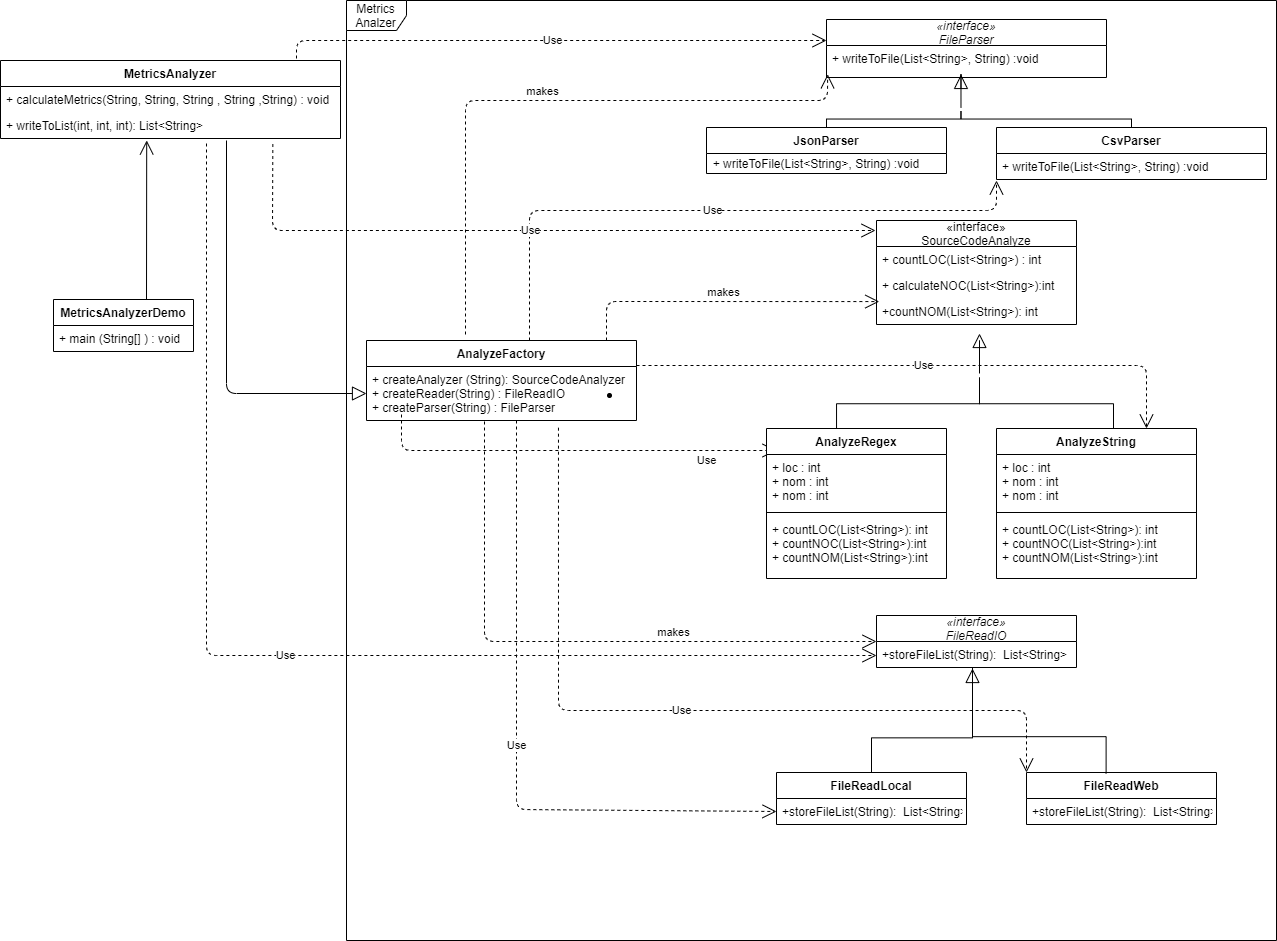
The draw.io diagram analyzermetrics/classdiagram.png in iasonasma/seipassignment, before a commit. Source tidied: cells renumbered, new cells last; positions are measured from the earlier drawing's top-left corner, leaving out a move shared by most shapes.
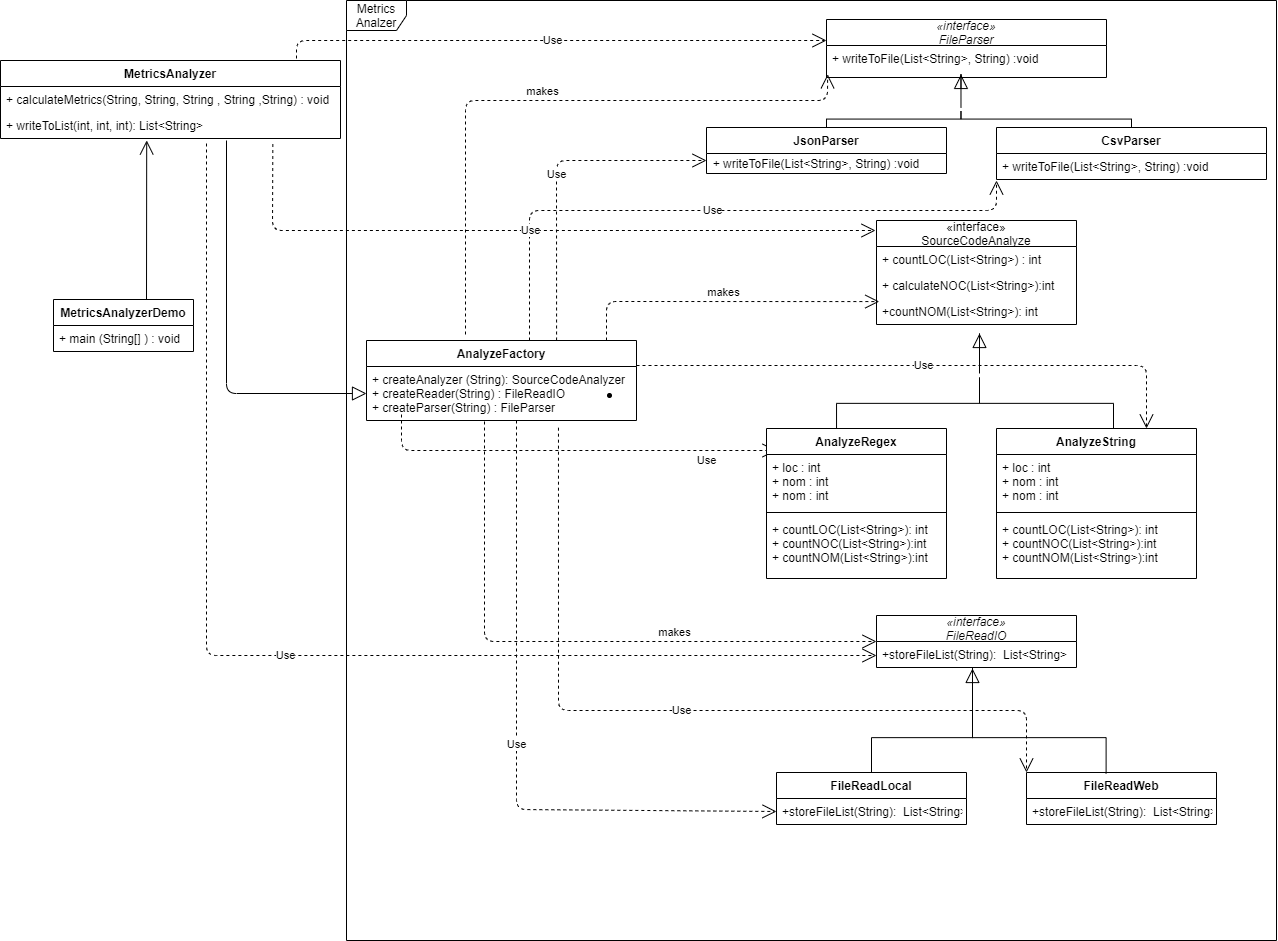
The same diagram one commit later.

Commit message:
Fixed mistake of UML Diagram

Change to the diagram source:
```diff
@@ -268,5 +268,13 @@
     <mxCell id="56" value="&lt;span style=&quot;text-align: left&quot;&gt;+ writeToFile(List&amp;lt;String&amp;gt;, String) :void&lt;/span&gt;" style="text;html=1;strokeColor=none;fillColor=none;align=center;verticalAlign=middle;whiteSpace=wrap;rounded=0;" parent="1" vertex="1">
       <mxGeometry x="696" y="153" width="240" height="20" as="geometry" />
     </mxCell>
+    <mxCell id="57" value="Use" style="endArrow=open;endSize=12;dashed=1;html=1;exitX=0.704;exitY=0;exitDx=0;exitDy=0;exitPerimeter=0;" parent="1" edge="1" source="28">
+      <mxGeometry relative="1" as="geometry">
+        <mxPoint x="706" y="160" as="targetPoint" />
+        <Array as="points">
+          <mxPoint x="556" y="160" />
+        </Array>
+      </mxGeometry>
+    </mxCell>
   </root>
 </mxGraphModel>
```
